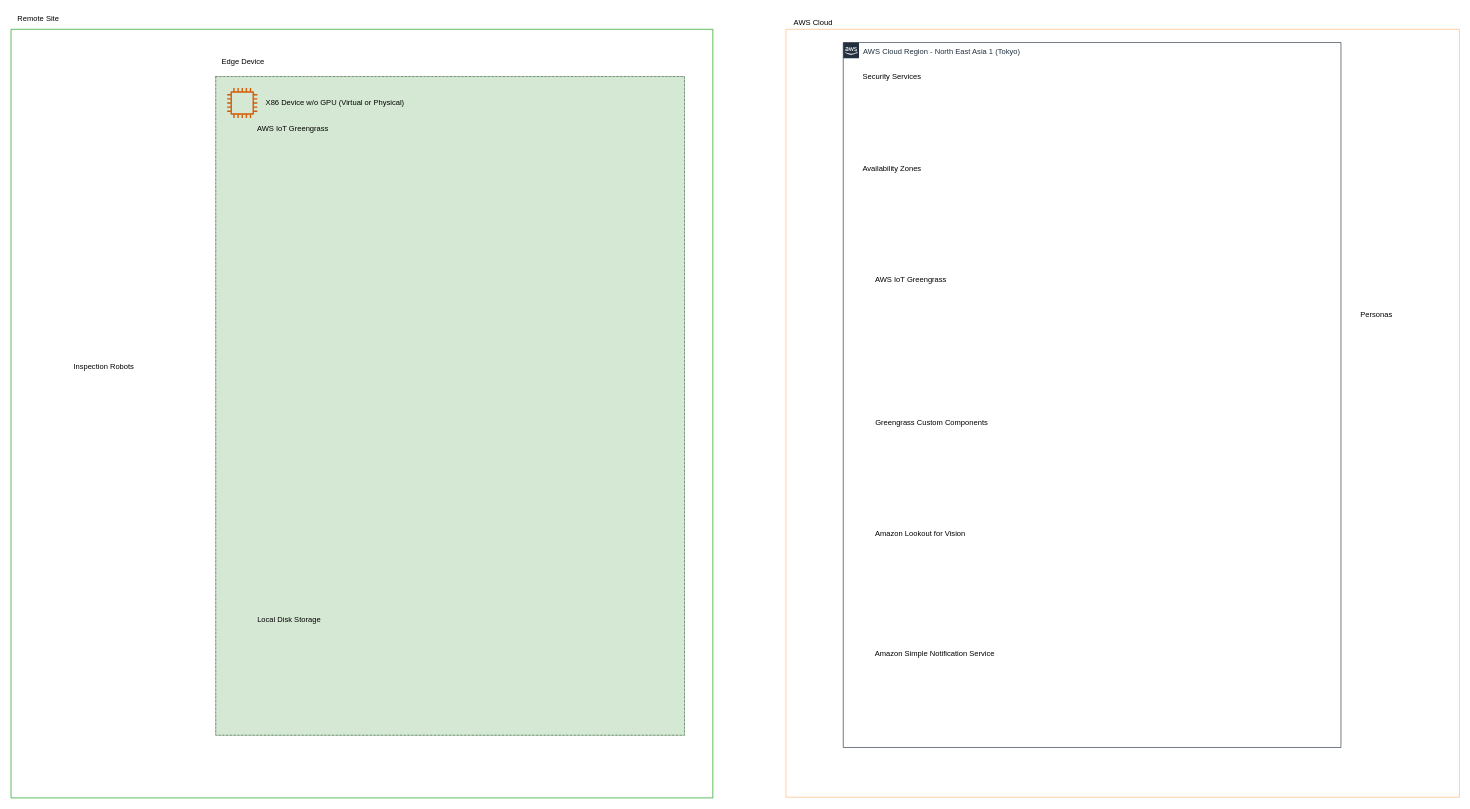
Above: page "Page-3" (3 of 3) of ab2.drawio in sawchengling66/awsomebuilder (draw.io), before the change. Source tidied: cells renumbered, new cells numbered last; positions are measured from the earlier drawing's top-left corner, leaving out a move shared by most shapes. Both pictures are drawn from the tidied source at 63%, with x=0, y=0 at pixel (11, 11).
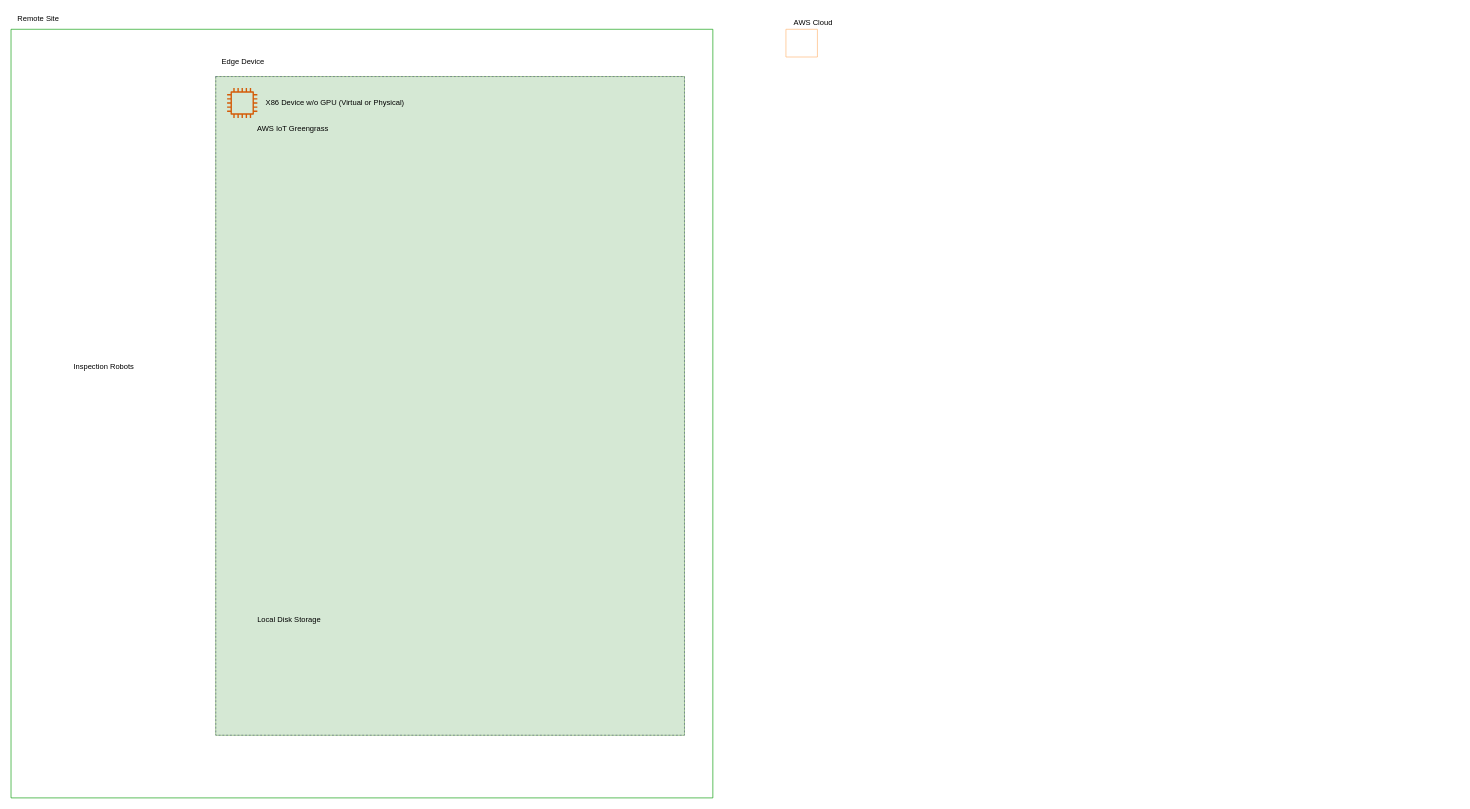
After the change.

Diff of the diagram source:
```diff
@@
-    <mxCell id="2" style="swimlane;startSize=0;strokeColor=#FFB570;fillColor=#FFE6CC;fillStyle=solid;" parent="1" vertex="1">
-      <mxGeometry x="1230" y="29" width="1069" height="1219" as="geometry" />
+    <mxCell id="2" style="swimlane;startSize=0;strokeColor=#FFB570;fillColor=#FFE6CC;fillStyle=solid;" parent="1" vertex="1" collapsed="1">
+      <mxGeometry x="1230" y="29" width="50" height="44" as="geometry" />
     </mxCell>
-    <mxCell id="3" value="AWS Cloud Region - North East Asia 1 (Tokyo)" style="gradientColor=none;html=1;whiteSpace=wrap;fontSize=12;fontStyle=0;shape=mxgraph.aws4.group;grIcon=mxgraph.aws4.group_aws_cloud_alt;strokeColor=#232F3E;fillColor=none;verticalAlign=top;align=left;spacingLeft=30;fontColor=#232F3E;dashed=0;rounded=0;" parent="2" vertex="1">
-      <mxGeometry x="91" y="21" width="790" height="1119" as="geometry" />
-    </mxCell>
-    <mxCell id="4" style="group;" parent="3" vertex="1">
-      <mxGeometry x="41" y="958" width="477" height="161" as="geometry" />
-    </mxCell>
-    <mxCell id="5" style="swimlane;startSize=0;strokeColor=none;" parent="4" vertex="1" collapsed="1">
-      <mxGeometry y="26" width="50" height="44" as="geometry" />
-    </mxCell>
-    <mxCell id="6" value="Amazon Simple Notification Service" style="text;html=1;align=center;verticalAlign=middle;strokeColor=none;fillColor=none;" parent="4" vertex="1">
-      <mxGeometry width="208" height="26" as="geometry" />
-    </mxCell>
-    <mxCell id="7" style="group;" parent="3" vertex="1">
-      <mxGeometry x="41" y="766.5" width="708" height="164.5" as="geometry" />
-    </mxCell>
-    <mxCell id="8" style="swimlane;startSize=0;strokeColor=none;" parent="7" vertex="1" collapsed="1">
-      <mxGeometry y="26" width="50" height="44" as="geometry" />
-    </mxCell>
-    <mxCell id="9" value="Amazon Lookout for Vision" style="text;html=1;align=center;verticalAlign=middle;strokeColor=none;fillColor=none;" parent="7" vertex="1">
-      <mxGeometry width="161" height="26" as="geometry" />
-    </mxCell>
-    <mxCell id="10" style="group;" parent="3" vertex="1">
-      <mxGeometry x="41" y="589.5" width="583" height="161.5" as="geometry" />
-    </mxCell>
-    <mxCell id="11" style="swimlane;startSize=0;fillStyle=solid;fillColor=none;strokeColor=none;" parent="10" vertex="1" collapsed="1">
-      <mxGeometry y="26" width="50" height="44" as="geometry" />
-    </mxCell>
-    <mxCell id="12" value="Greengrass Custom Components" style="text;html=1;align=center;verticalAlign=middle;strokeColor=none;fillColor=none;" parent="10" vertex="1">
-      <mxGeometry width="197" height="26" as="geometry" />
-    </mxCell>
-    <mxCell id="13" style="group;" parent="3" vertex="1">
-      <mxGeometry x="41" y="362.5" width="583" height="211" as="geometry" />
-    </mxCell>
-    <mxCell id="14" style="swimlane;startSize=0;strokeColor=none;" parent="13" vertex="1" collapsed="1">
-      <mxGeometry y="26" width="50" height="44" as="geometry" />
-    </mxCell>
-    <mxCell id="15" value="AWS IoT Greengrass" style="text;html=1;align=center;verticalAlign=middle;strokeColor=none;fillColor=none;" parent="13" vertex="1">
-      <mxGeometry width="131" height="26" as="geometry" />
-    </mxCell>
-    <mxCell id="16" style="group;" parent="3" vertex="1">
-      <mxGeometry x="21" y="186.5" width="756" height="160" as="geometry" />
-    </mxCell>
-    <mxCell id="17" style="swimlane;startSize=0;strokeColor=none;" parent="16" vertex="1" collapsed="1">
-      <mxGeometry y="26" width="50" height="44" as="geometry" />
-    </mxCell>
-    <mxCell id="18" value="Availability Zones" style="text;html=1;align=center;verticalAlign=middle;strokeColor=none;fillColor=none;" parent="16" vertex="1">
-      <mxGeometry width="111" height="26" as="geometry" />
-    </mxCell>
-    <mxCell id="19" style="group;" parent="3" vertex="1">
-      <mxGeometry x="21" y="41.5" width="389" height="139.5" as="geometry" />
-    </mxCell>
-    <mxCell id="20" style="swimlane;startSize=0;strokeColor=none;" parent="19" vertex="1" collapsed="1">
-      <mxGeometry y="26" width="50" height="44" as="geometry" />
-    </mxCell>
-    <mxCell id="21" value="Security Services" style="text;html=1;align=center;verticalAlign=middle;strokeColor=none;fillColor=none;" parent="19" vertex="1">
-      <mxGeometry width="111" height="26" as="geometry" />
-    </mxCell>
-    <mxCell id="22" style="edgeStyle=orthogonalEdgeStyle;rounded=0;orthogonalLoop=1;jettySize=auto;html=1;exitX=0.5;exitY=1;exitDx=0;exitDy=0;dashed=1;strokeColor=#3333FF;" parent="19" edge="1" source="20" target="20">
-      <mxGeometry relative="1" as="geometry" />
-    </mxCell>
-    <mxCell id="23" style="group;" parent="2" vertex="1">
-      <mxGeometry x="902" y="440" width="145" height="706" as="geometry" />
-    </mxCell>
-    <mxCell id="24" style="swimlane;startSize=0;strokeColor=none;" parent="23" vertex="1" collapsed="1">
-      <mxGeometry y="22.9" width="50" height="44" as="geometry" />
-    </mxCell>
-    <mxCell id="25" value="Personas" style="text;html=1;align=center;verticalAlign=middle;strokeColor=none;fillColor=none;" parent="23" vertex="1">
-      <mxGeometry width="69" height="26" as="geometry" />
-    </mxCell>
```
